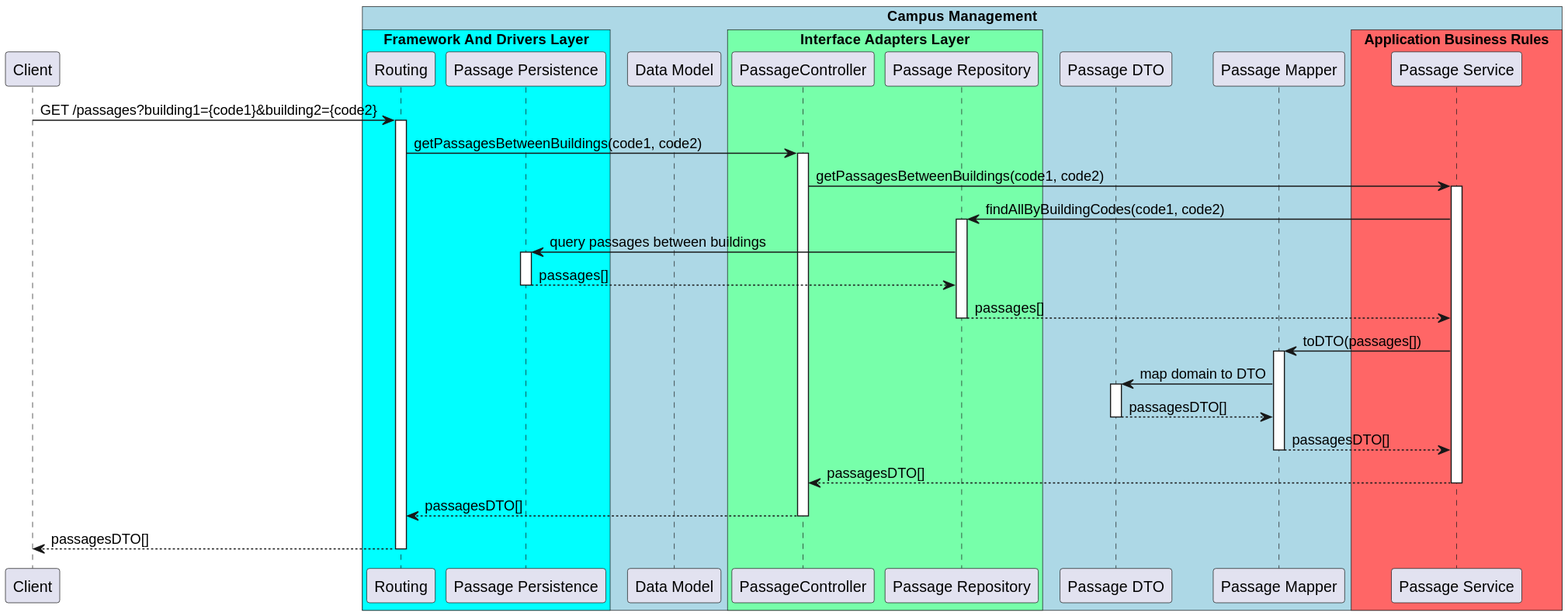
This is docs/US/ID-260/SD Lv3.svg from winqus/RobDroneGo, a PlantUML export, as it was before one commit. The source it was exported from:
```plantuml
@startuml SD Lv3

!pragma teoz true

participant "Client" as Client
box "Campus Management" #LightBlue

    box "Framework And Drivers Layer" #00ffff
        participant Routing
        participant "Passage Persistence" as Persistence
    end box

    participant "Data Model" as Data
    box "Interface Adapters Layer" #77ffaa
        participant PassageController as Controller
        participant "Passage Repository" as Repository
    end box

    participant "Passage DTO" as PassageDTO
    participant "Passage Mapper" as PassageMapper
    box "Application Business Rules" #ff6666
        participant "Passage Service" as PassageService
    end box

end box

Client -> Routing : GET /passages?building1={code1}&building2={code2}
activate Routing

    Routing -> Controller : getPassagesBetweenBuildings(code1, code2)
    activate Controller

        Controller -> PassageService : getPassagesBetweenBuildings(code1, code2)
        activate PassageService

            PassageService -> Repository : findAllByBuildingCodes(code1, code2)
            activate Repository

                Repository -> Persistence : query passages between buildings
                activate Persistence

                Persistence --> Repository : passages[]
                deactivate Persistence

            Repository --> PassageService : passages[]
            deactivate Repository

            PassageService -> PassageMapper : toDTO(passages[])
            activate PassageMapper

                PassageMapper -> PassageDTO : map domain to DTO
                activate PassageDTO

                PassageDTO --> PassageMapper : passagesDTO[]
                deactivate PassageDTO

            PassageMapper --> PassageService : passagesDTO[]
            deactivate PassageMapper

        PassageService --> Controller : passagesDTO[]
        deactivate PassageService

    Controller --> Routing : passagesDTO[]
    deactivate Controller

Client <-- Routing : passagesDTO[]
deactivate Routing

@enduml
```
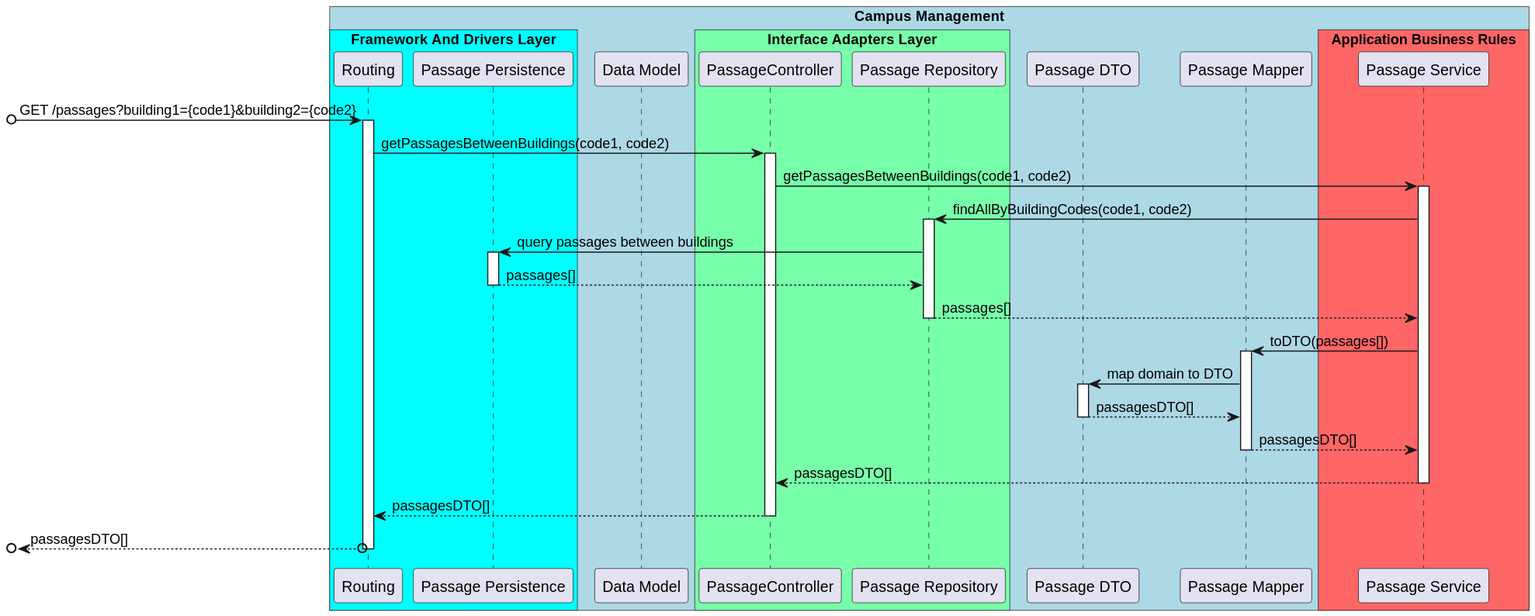
The same file after the commit.

Commit message:
Update US160 to not mention client

Change to the diagram source:
```diff
@@ -2,7 +2,6 @@
 
 !pragma teoz true
 
-participant "Client" as Client
 box "Campus Management" #LightBlue
 
     box "Framework And Drivers Layer" #00ffff
@@ -24,7 +23,7 @@
 
 end box
 
-Client -> Routing : GET /passages?building1={code1}&building2={code2}
+[o-> Routing : GET /passages?building1={code1}&building2={code2}
 activate Routing
 
     Routing -> Controller : getPassagesBetweenBuildings(code1, code2)
@@ -63,7 +62,7 @@
     Controller --> Routing : passagesDTO[]
     deactivate Controller
 
-Client <-- Routing : passagesDTO[]
+[o<--o Routing : passagesDTO[]
 deactivate Routing
 
 @enduml
```
